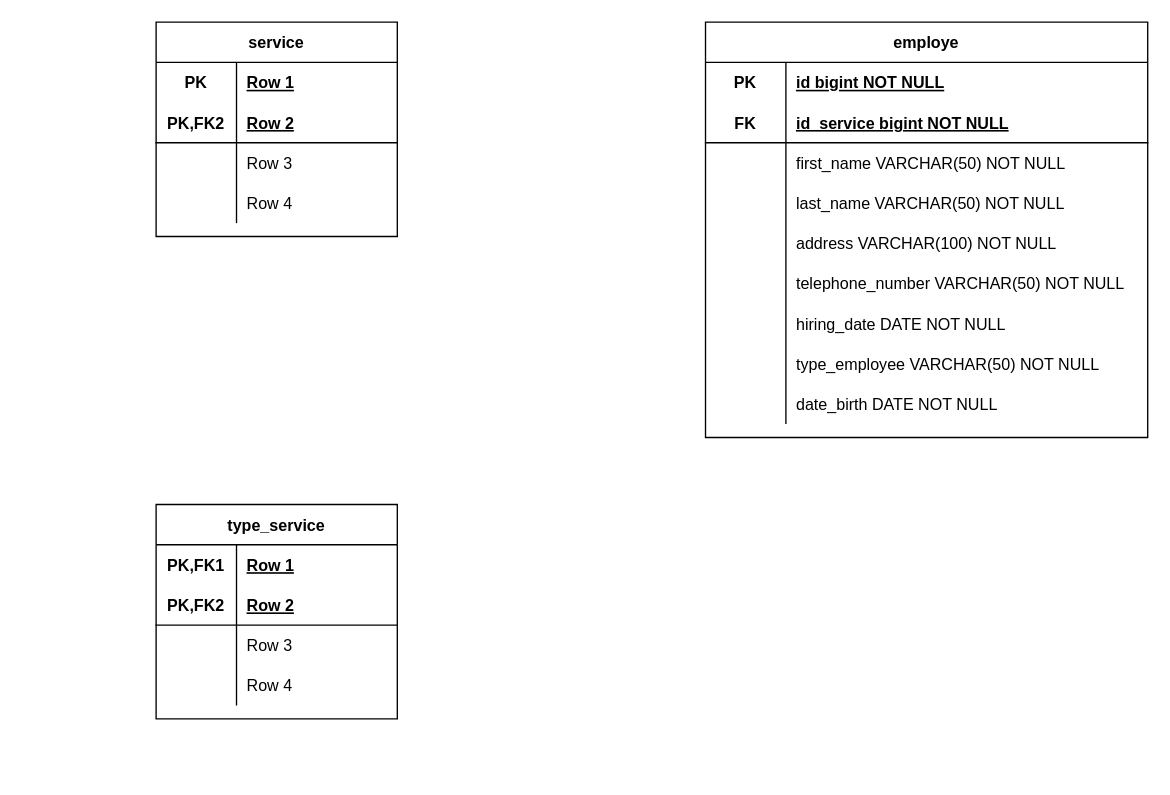
The draw.io diagram Diagrams/Employee Diagram.drawio in JulianaMedinaF/iCommercewebDiagrams, before the edit. Source tidied: cells renumbered, new cells numbered last; positions are measured from the earlier drawing's top-left corner, leaving out a move shared by most shapes. Both pictures are drawn from the tidied source at 134%, with x=0, y=0 at pixel (155, 21).
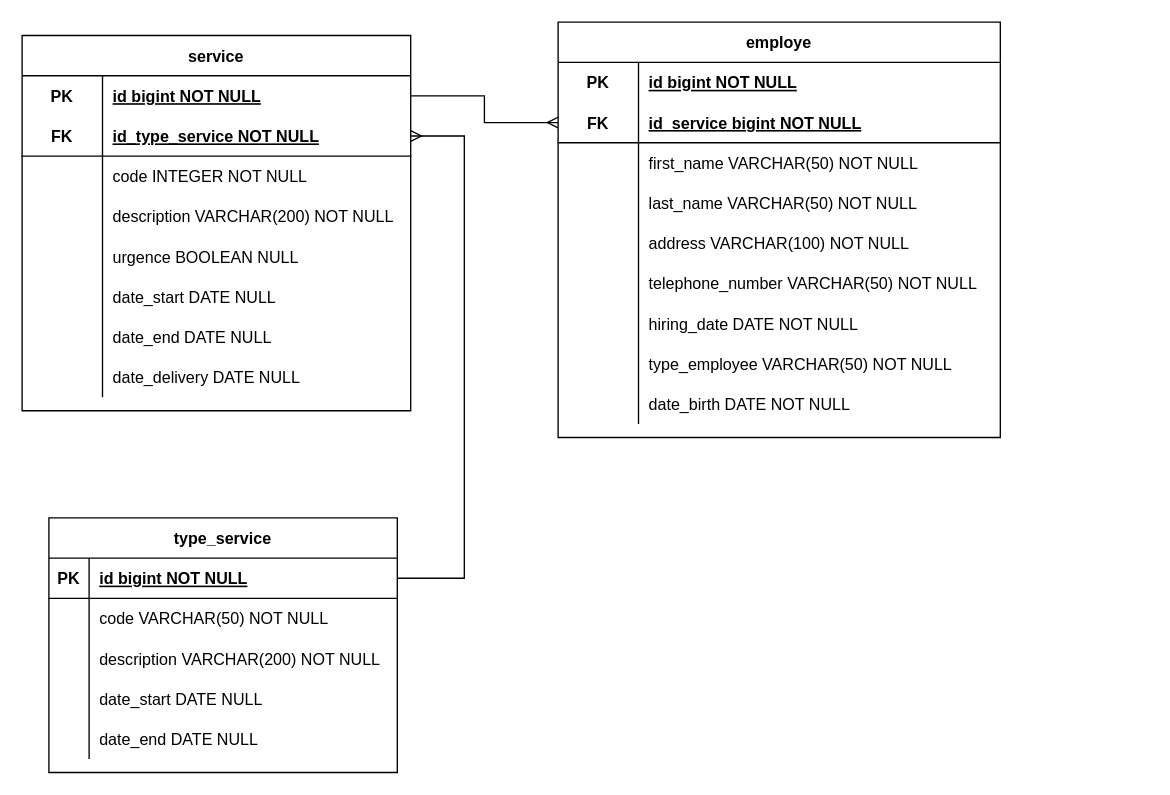
The same page after the edit.

The change refers to these unchanged cells:
```xml
<mxCell id="6" style="shape=partialRectangle;fillColor=none;top=0;left=0;bottom=1;right=0;points=[[0,0.5],[1,0.5]];portConstraint=eastwest;" parent="2" vertex="1">
  <mxGeometry y="60" width="330" height="30" as="geometry" />
</mxCell>
```

Change to the diagram source:
```diff
@@
     <mxCell id="2" value="employe" style="shape=table;startSize=30;childLayout=tableLayout;rowLines=0;fontStyle=1;align=center;" parent="1" vertex="1">
-      <mxGeometry x="410" width="330" height="310" as="geometry" />
+      <mxGeometry x="300" width="330" height="310" as="geometry" />
     </mxCell>
@@
     <mxCell id="30" value="service" style="shape=table;startSize=30;childLayout=tableLayout;rowLines=0;fontStyle=1;align=center;" parent="1" vertex="1">
-      <mxGeometry width="180" height="160" as="geometry" />
+      <mxGeometry x="-100" y="10" width="290" height="280" as="geometry" />
     </mxCell>
     <mxCell id="31" style="shape=partialRectangle;fillColor=none;top=0;left=0;bottom=0;right=0;points=[[0,0.5],[1,0.5]];portConstraint=eastwest;" parent="30" vertex="1">
-      <mxGeometry y="30" width="180" height="30" as="geometry" />
+      <mxGeometry y="30" width="290" height="30" as="geometry" />
     </mxCell>
@@
-    <mxCell id="33" value="Row 1" style="shape=partialRectangle;fillColor=none;top=0;left=0;bottom=0;right=0;align=left;spacingLeft=6;fontStyle=5;overflow=hidden;" parent="31" vertex="1">
-      <mxGeometry x="60" width="120" height="30" as="geometry" />
+    <mxCell id="33" value="id bigint NOT NULL" style="shape=partialRectangle;fillColor=none;top=0;left=0;bottom=0;right=0;align=left;spacingLeft=6;fontStyle=5;overflow=hidden;" parent="31" vertex="1">
+      <mxGeometry x="60" width="230" height="30" as="geometry" />
     </mxCell>
     <mxCell id="34" style="shape=partialRectangle;fillColor=none;top=0;left=0;bottom=1;right=0;points=[[0,0.5],[1,0.5]];portConstraint=eastwest;" parent="30" vertex="1">
-      <mxGeometry y="60" width="180" height="30" as="geometry" />
+      <mxGeometry y="60" width="290" height="30" as="geometry" />
     </mxCell>
-    <mxCell id="35" value="PK,FK2" style="shape=partialRectangle;fillColor=none;top=0;left=0;bottom=0;right=0;fontStyle=1;overflow=hidden;" parent="34" vertex="1">
+    <mxCell id="35" value="FK" style="shape=partialRectangle;fillColor=none;top=0;left=0;bottom=0;right=0;fontStyle=1;overflow=hidden;" parent="34" vertex="1">
       <mxGeometry width="60" height="30" as="geometry" />
     </mxCell>
-    <mxCell id="36" value="Row 2" style="shape=partialRectangle;fillColor=none;top=0;left=0;bottom=0;right=0;align=left;spacingLeft=6;fontStyle=5;overflow=hidden;" parent="34" vertex="1">
-      <mxGeometry x="60" width="120" height="30" as="geometry" />
+    <mxCell id="36" value="id_type_service NOT NULL" style="shape=partialRectangle;fillColor=none;top=0;left=0;bottom=0;right=0;align=left;spacingLeft=6;fontStyle=5;overflow=hidden;" parent="34" vertex="1">
+      <mxGeometry x="60" width="230" height="30" as="geometry" />
     </mxCell>
     <mxCell id="37" style="shape=partialRectangle;fillColor=none;top=0;left=0;bottom=0;right=0;" parent="30" vertex="1">
-      <mxGeometry y="90" width="180" height="30" as="geometry" />
+      <mxGeometry y="90" width="290" height="30" as="geometry" />
     </mxCell>
@@
-    <mxCell id="39" value="Row 3" style="shape=partialRectangle;fillColor=none;top=0;left=0;bottom=0;right=0;align=left;spacingLeft=6;overflow=hidden;" parent="37" vertex="1">
-      <mxGeometry x="60" width="120" height="30" as="geometry" />
+    <mxCell id="39" value="code INTEGER NOT NULL" style="shape=partialRectangle;fillColor=none;top=0;left=0;bottom=0;right=0;align=left;spacingLeft=6;overflow=hidden;" parent="37" vertex="1">
+      <mxGeometry x="60" width="230" height="30" as="geometry" />
     </mxCell>
     <mxCell id="40" style="shape=partialRectangle;fillColor=none;top=0;left=0;bottom=0;right=0;" parent="30" vertex="1">
-      <mxGeometry y="120" width="180" height="30" as="geometry" />
+      <mxGeometry y="120" width="290" height="30" as="geometry" />
     </mxCell>
@@
-    <mxCell id="42" value="Row 4" style="shape=partialRectangle;fillColor=none;top=0;left=0;bottom=0;right=0;align=left;spacingLeft=6;overflow=hidden;" parent="40" vertex="1">
-      <mxGeometry x="60" width="120" height="30" as="geometry" />
+    <mxCell id="42" value="description VARCHAR(200) NOT NULL" style="shape=partialRectangle;fillColor=none;top=0;left=0;bottom=0;right=0;align=left;spacingLeft=6;overflow=hidden;" parent="40" vertex="1">
+      <mxGeometry x="60" width="230" height="30" as="geometry" />
     </mxCell>
+    <mxCell id="56" style="shape=partialRectangle;fillColor=none;top=0;left=0;bottom=0;right=0;" parent="30" vertex="1">
+      <mxGeometry y="150" width="290" height="30" as="geometry" />
+    </mxCell>
+    <mxCell id="57" style="shape=partialRectangle;fillColor=none;top=0;left=0;bottom=0;right=0;overflow=hidden;" parent="56" vertex="1">
+      <mxGeometry width="60" height="30" as="geometry" />
+    </mxCell>
+    <mxCell id="58" value="urgence BOOLEAN NULL" style="shape=partialRectangle;fillColor=none;top=0;left=0;bottom=0;right=0;align=left;spacingLeft=6;overflow=hidden;" parent="56" vertex="1">
+      <mxGeometry x="60" width="230" height="30" as="geometry" />
+    </mxCell>
+    <mxCell id="59" style="shape=partialRectangle;fillColor=none;top=0;left=0;bottom=0;right=0;" parent="30" vertex="1">
+      <mxGeometry y="180" width="290" height="30" as="geometry" />
+    </mxCell>
+    <mxCell id="60" style="shape=partialRectangle;fillColor=none;top=0;left=0;bottom=0;right=0;overflow=hidden;" parent="59" vertex="1">
+      <mxGeometry width="60" height="30" as="geometry" />
+    </mxCell>
+    <mxCell id="61" value="date_start DATE NULL" style="shape=partialRectangle;fillColor=none;top=0;left=0;bottom=0;right=0;align=left;spacingLeft=6;overflow=hidden;" parent="59" vertex="1">
+      <mxGeometry x="60" width="230" height="30" as="geometry" />
+    </mxCell>
+    <mxCell id="62" style="shape=partialRectangle;fillColor=none;top=0;left=0;bottom=0;right=0;" parent="30" vertex="1">
+      <mxGeometry y="210" width="290" height="30" as="geometry" />
+    </mxCell>
+    <mxCell id="63" style="shape=partialRectangle;fillColor=none;top=0;left=0;bottom=0;right=0;overflow=hidden;" parent="62" vertex="1">
+      <mxGeometry width="60" height="30" as="geometry" />
+    </mxCell>
+    <mxCell id="64" value="date_end DATE NULL" style="shape=partialRectangle;fillColor=none;top=0;left=0;bottom=0;right=0;align=left;spacingLeft=6;overflow=hidden;" parent="62" vertex="1">
+      <mxGeometry x="60" width="230" height="30" as="geometry" />
+    </mxCell>
+    <mxCell id="65" style="shape=partialRectangle;fillColor=none;top=0;left=0;bottom=0;right=0;" parent="30" vertex="1">
+      <mxGeometry y="240" width="290" height="30" as="geometry" />
+    </mxCell>
+    <mxCell id="66" style="shape=partialRectangle;fillColor=none;top=0;left=0;bottom=0;right=0;overflow=hidden;" parent="65" vertex="1">
+      <mxGeometry width="60" height="30" as="geometry" />
+    </mxCell>
+    <mxCell id="67" value="date_delivery DATE NULL" style="shape=partialRectangle;fillColor=none;top=0;left=0;bottom=0;right=0;align=left;spacingLeft=6;overflow=hidden;" parent="65" vertex="1">
+      <mxGeometry x="60" width="230" height="30" as="geometry" />
+    </mxCell>
+    <mxCell id="68" style="edgeStyle=orthogonalEdgeStyle;rounded=0;jettySize=auto;html=1;exitX=1;exitY=0.5;exitDx=0;exitDy=0;entryX=0;entryY=0.5;entryDx=0;entryDy=0;endArrow=ERmany;endFill=0;" parent="1" edge="1" source="31" target="6">
+      <mxGeometry relative="1" as="geometry" />
+    </mxCell>
+    <mxCell id="69" style="edgeStyle=orthogonalEdgeStyle;rounded=0;jettySize=auto;html=1;exitX=1;exitY=0.5;exitDx=0;exitDy=0;entryX=1;entryY=0.5;entryDx=0;entryDy=0;endArrow=ERmany;endFill=0;" parent="1" edge="1" source="70" target="34">
+      <mxGeometry relative="1" as="geometry">
+        <Array as="points">
+          <mxPoint x="230" y="415" />
+          <mxPoint x="230" y="85" />
+        </Array>
+      </mxGeometry>
+    </mxCell>
     <mxCell id="43" value="type_service" style="shape=table;startSize=30;childLayout=tableLayout;rowLines=0;fontStyle=1;align=center;" parent="1" vertex="1">
-      <mxGeometry y="360" width="180" height="160" as="geometry" />
+      <mxGeometry x="-80" y="370" width="260" height="190" as="geometry" />
     </mxCell>
-    <mxCell id="44" style="shape=partialRectangle;fillColor=none;top=0;left=0;bottom=0;right=0;" parent="43" vertex="1">
-      <mxGeometry y="30" width="180" height="30" as="geometry" />
-    </mxCell>
-    <mxCell id="45" value="PK,FK1" style="shape=partialRectangle;fillColor=none;top=0;left=0;bottom=0;right=0;fontStyle=1;overflow=hidden;" parent="44" vertex="1">
-      <mxGeometry width="60" height="30" as="geometry" />
-    </mxCell>
-    <mxCell id="46" value="Row 1" style="shape=partialRectangle;fillColor=none;top=0;left=0;bottom=0;right=0;align=left;spacingLeft=6;fontStyle=5;overflow=hidden;" parent="44" vertex="1">
-      <mxGeometry x="60" width="120" height="30" as="geometry" />
-    </mxCell>
-    <mxCell id="47" style="shape=partialRectangle;fillColor=none;top=0;left=0;bottom=1;right=0;" parent="43" vertex="1">
-      <mxGeometry y="60" width="180" height="30" as="geometry" />
-    </mxCell>
-    <mxCell id="48" value="PK,FK2" style="shape=partialRectangle;fillColor=none;top=0;left=0;bottom=0;right=0;fontStyle=1;overflow=hidden;" parent="47" vertex="1">
-      <mxGeometry width="60" height="30" as="geometry" />
-    </mxCell>
-    <mxCell id="49" value="Row 2" style="shape=partialRectangle;fillColor=none;top=0;left=0;bottom=0;right=0;align=left;spacingLeft=6;fontStyle=5;overflow=hidden;" parent="47" vertex="1">
-      <mxGeometry x="60" width="120" height="30" as="geometry" />
-    </mxCell>
-    <mxCell id="50" style="shape=partialRectangle;fillColor=none;top=0;left=0;bottom=0;right=0;" parent="43" vertex="1">
-      <mxGeometry y="90" width="180" height="30" as="geometry" />
-    </mxCell>
-    <mxCell id="51" style="shape=partialRectangle;fillColor=none;top=0;left=0;bottom=0;right=0;overflow=hidden;" parent="50" vertex="1">
-      <mxGeometry width="60" height="30" as="geometry" />
-    </mxCell>
-    <mxCell id="52" value="Row 3" style="shape=partialRectangle;fillColor=none;top=0;left=0;bottom=0;right=0;align=left;spacingLeft=6;overflow=hidden;" parent="50" vertex="1">
-      <mxGeometry x="60" width="120" height="30" as="geometry" />
-    </mxCell>
-    <mxCell id="53" style="shape=partialRectangle;fillColor=none;top=0;left=0;bottom=0;right=0;" parent="43" vertex="1">
-      <mxGeometry y="120" width="180" height="30" as="geometry" />
-    </mxCell>
-    <mxCell id="54" style="shape=partialRectangle;fillColor=none;top=0;left=0;bottom=0;right=0;overflow=hidden;" parent="53" vertex="1">
-      <mxGeometry width="60" height="30" as="geometry" />
-    </mxCell>
-    <mxCell id="55" value="Row 4" style="shape=partialRectangle;fillColor=none;top=0;left=0;bottom=0;right=0;align=left;spacingLeft=6;overflow=hidden;" parent="53" vertex="1">
-      <mxGeometry x="60" width="120" height="30" as="geometry" />
-    </mxCell>
+    <mxCell id="70" style="shape=partialRectangle;fillColor=none;top=0;left=0;bottom=1;right=0;points=[[0,0.5],[1,0.5]];portConstraint=eastwest;" parent="43" vertex="1">
+      <mxGeometry y="30" width="260" height="30" as="geometry" />
+    </mxCell>
+    <mxCell id="71" value="PK" style="shape=partialRectangle;fillColor=none;top=0;left=0;bottom=0;right=0;fontStyle=1;overflow=hidden;" parent="70" vertex="1">
+      <mxGeometry width="30" height="30" as="geometry" />
+    </mxCell>
+    <mxCell id="72" value="id bigint NOT NULL" style="shape=partialRectangle;fillColor=none;top=0;left=0;bottom=0;right=0;align=left;spacingLeft=6;fontStyle=5;overflow=hidden;" parent="70" vertex="1">
+      <mxGeometry x="30" width="230" height="30" as="geometry" />
+    </mxCell>
+    <mxCell id="73" style="shape=partialRectangle;fillColor=none;top=0;left=0;bottom=0;right=0;" parent="43" vertex="1">
+      <mxGeometry y="60" width="260" height="30" as="geometry" />
+    </mxCell>
+    <mxCell id="74" style="shape=partialRectangle;fillColor=none;top=0;left=0;bottom=0;right=0;overflow=hidden;" parent="73" vertex="1">
+      <mxGeometry width="30" height="30" as="geometry" />
+    </mxCell>
+    <mxCell id="75" value="code VARCHAR(50) NOT NULL" style="shape=partialRectangle;fillColor=none;top=0;left=0;bottom=0;right=0;align=left;spacingLeft=6;overflow=hidden;" parent="73" vertex="1">
+      <mxGeometry x="30" width="230" height="30" as="geometry" />
+    </mxCell>
+    <mxCell id="76" style="shape=partialRectangle;fillColor=none;top=0;left=0;bottom=0;right=0;" parent="43" vertex="1">
+      <mxGeometry y="90" width="260" height="30" as="geometry" />
+    </mxCell>
+    <mxCell id="77" style="shape=partialRectangle;fillColor=none;top=0;left=0;bottom=0;right=0;overflow=hidden;" parent="76" vertex="1">
+      <mxGeometry width="30" height="30" as="geometry" />
+    </mxCell>
+    <mxCell id="78" value="description VARCHAR(200) NOT NULL" style="shape=partialRectangle;fillColor=none;top=0;left=0;bottom=0;right=0;align=left;spacingLeft=6;overflow=hidden;" parent="76" vertex="1">
+      <mxGeometry x="30" width="230" height="30" as="geometry" />
+    </mxCell>
+    <mxCell id="79" style="shape=partialRectangle;fillColor=none;top=0;left=0;bottom=0;right=0;" parent="43" vertex="1">
+      <mxGeometry y="120" width="260" height="30" as="geometry" />
+    </mxCell>
+    <mxCell id="80" style="shape=partialRectangle;fillColor=none;top=0;left=0;bottom=0;right=0;overflow=hidden;" parent="79" vertex="1">
+      <mxGeometry width="30" height="30" as="geometry" />
+    </mxCell>
+    <mxCell id="81" value="date_start DATE NULL" style="shape=partialRectangle;fillColor=none;top=0;left=0;bottom=0;right=0;align=left;spacingLeft=6;overflow=hidden;" parent="79" vertex="1">
+      <mxGeometry x="30" width="230" height="30" as="geometry" />
+    </mxCell>
+    <mxCell id="82" style="shape=partialRectangle;fillColor=none;top=0;left=0;bottom=0;right=0;" parent="43" vertex="1">
+      <mxGeometry y="150" width="260" height="30" as="geometry" />
+    </mxCell>
+    <mxCell id="83" style="shape=partialRectangle;fillColor=none;top=0;left=0;bottom=0;right=0;overflow=hidden;" parent="82" vertex="1">
+      <mxGeometry width="30" height="30" as="geometry" />
+    </mxCell>
+    <mxCell id="84" value="date_end DATE NULL" style="shape=partialRectangle;fillColor=none;top=0;left=0;bottom=0;right=0;align=left;spacingLeft=6;overflow=hidden;" parent="82" vertex="1">
+      <mxGeometry x="30" width="230" height="30" as="geometry" />
+    </mxCell>
```
